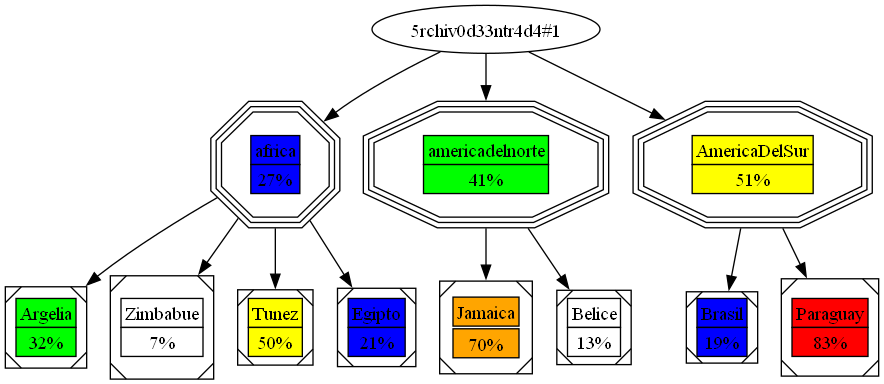
Above: graph.png in C-arl-os/-LFP-2S24Proyectos_202201131 (Graphviz), before the change. Its source is kept beside it as graph.dot.
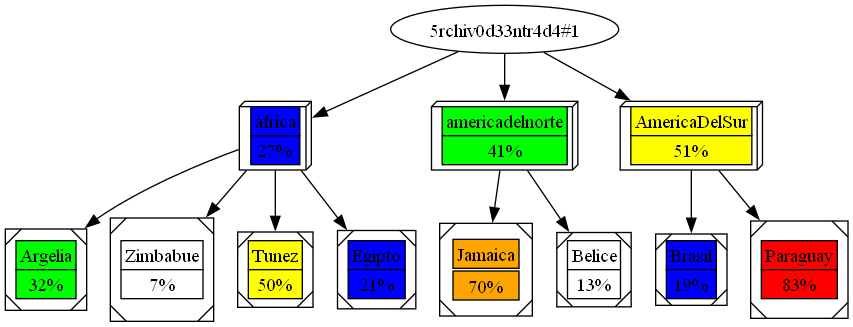
After the change.

What changed in the source:
```diff
@@ -12,7 +12,7 @@
 Egipto[label=<<table border="0" cellborder="1" cellspacing="0"><tr><td bgcolor="blue">Egipto</td></tr><tr><td bgcolor="blue">21%</td></tr></table>>, shape=Msquare];
 africa -> Egipto
 
-africa[label=<<table border="0" cellborder="1" cellspacing="0"><tr><td bgcolor="blue">africa</td></tr><tr><td bgcolor="blue">27%</td></tr></table>>, shape=tripleoctagon];
+africa[label=<<table border="0" cellborder="1" cellspacing="0"><tr><td bgcolor="blue">africa</td></tr><tr><td bgcolor="blue">27%</td></tr></table>>, shape=box3d];
 "5rchiv0d33ntr4d4#1" -> "americadelnorte"
 Jamaica[label=<<table border="0" cellborder="1" ellspacing="0"><tr><td bgcolor="orange">Jamaica</td></tr><tr><td bgcolor="orange">70%</td></tr></table>>, shape=Msquare];
 americadelnorte -> Jamaica
@@ -20,7 +20,7 @@
 Belice[label=<<table border="0" cellborder="1" cellspacing="0"><tr><td bgcolor="white">Belice</td></tr><tr><td bgcolor="white">13%</td></tr></table>>, shape=Msquare];
 americadelnorte -> Belice
 
-americadelnorte[label=<<table border="0" cellborder="1" cellspacing="0"><tr><td bgcolor="green">americadelnorte</td></tr><tr><td bgcolor="green">41%</td></tr></table>>, shape=tripleoctagon];
+americadelnorte[label=<<table border="0" cellborder="1" cellspacing="0"><tr><td bgcolor="green">americadelnorte</td></tr><tr><td bgcolor="green">41%</td></tr></table>>, shape=box3d];
 "5rchiv0d33ntr4d4#1" -> "AmericaDelSur"
 Brasil[label=<<table border="0" cellborder="1" cellspacing="0"><tr><td bgcolor="blue">Brasil</td></tr><tr><td bgcolor="blue">19%</td></tr></table>>, shape=Msquare];
 AmericaDelSur -> Brasil
@@ -28,5 +28,5 @@
 Paraguay[label=<<table border="0" cellborder="1" cellspacing="0"><tr><td bgcolor="red">Paraguay</td></tr><tr><td bgcolor="red">83%</td></tr></table>>, shape=Msquare];
 AmericaDelSur -> Paraguay
 
-AmericaDelSur[label=<<table border="0" cellborder="1" cellspacing="0"><tr><td bgcolor="yellow">AmericaDelSur</td></tr><tr><td bgcolor="yellow">51%</td></tr></table>>, shape=tripleoctagon];
+AmericaDelSur[label=<<table border="0" cellborder="1" cellspacing="0"><tr><td bgcolor="yellow">AmericaDelSur</td></tr><tr><td bgcolor="yellow">51%</td></tr></table>>, shape=box3d];
 }
```
